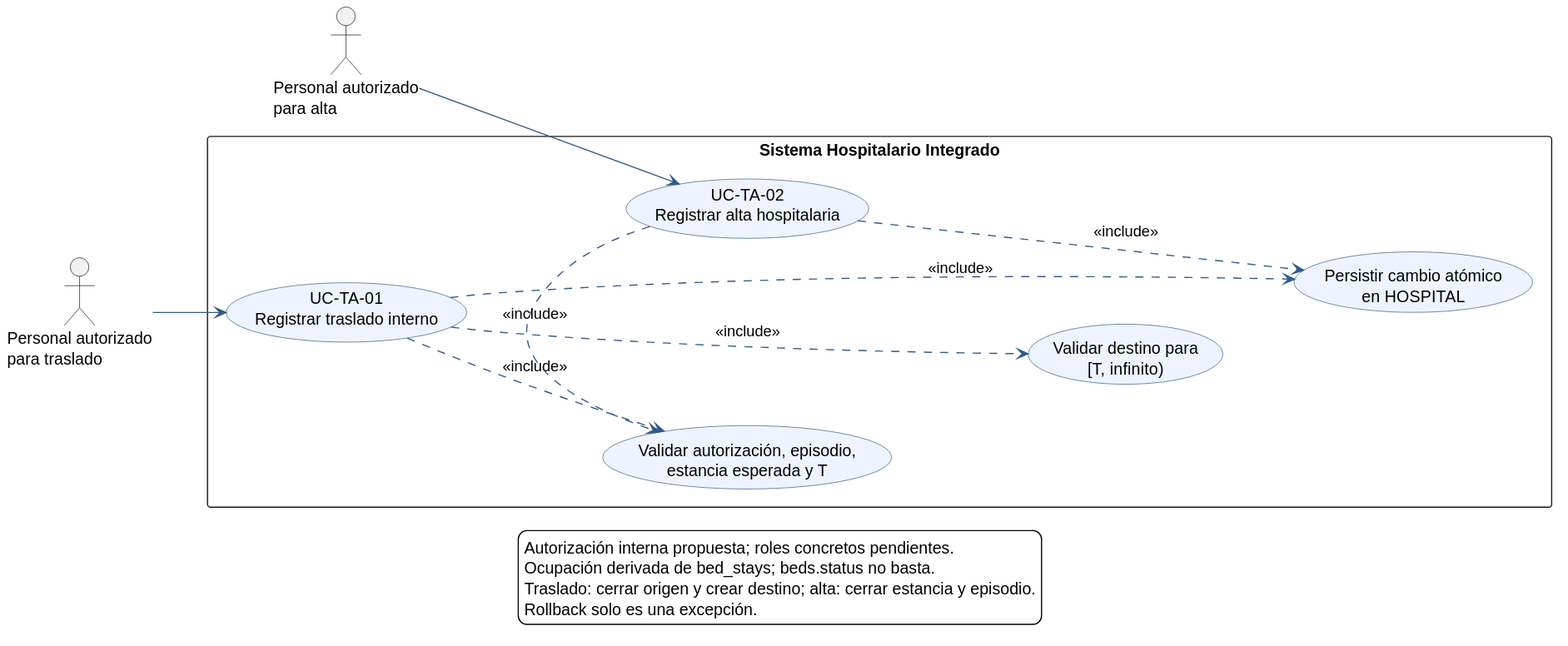
Earlier version of the PlantUML export docs/traslados-altas/semana-01/01-casos-de-uso.svg (AxelHerrera11/sistema-hospitalario-integrado). Source of this version:
```plantuml
@startuml
left to right direction
skinparam backgroundColor transparent
skinparam shadowing false
skinparam packageStyle rectangle
skinparam usecase {
  BackgroundColor #EEF4FF
  BorderColor #315B8A
  ArrowColor #315B8A
}

actor "Personal autorizado\npara traslado" as Traslado
actor "Personal autorizado\npara alta" as Alta

rectangle "Sistema Hospitalario Integrado" {
  usecase "UC-TA-01\nRegistrar traslado interno" as UC01
  usecase "UC-TA-02\nRegistrar alta hospitalaria" as UC02
  usecase "Validar autorización, episodio,\nestancia esperada y T" as Validar
  usecase "Validar destino para\n[T, infinito)" as Destino
  usecase "Persistir cambio atómico\nen HOSPITAL" as Atomico
  UC01 -[hidden]down- UC02
  Validar -[hidden]down- Destino
  Destino -[hidden]down- Atomico
}

Traslado --> UC01
Alta --> UC02
UC01 .right.> Validar : <<include>>
UC02 .right.> Validar : <<include>>
UC01 .right.> Destino : <<include>>
UC01 .right.> Atomico : <<include>>
UC02 .right.> Atomico : <<include>>

legend bottom
  Autorización interna propuesta; roles concretos pendientes.
  Ocupación derivada de bed_stays; beds.status no basta.
  Traslado: cerrar origen y crear destino; alta: cerrar estancia y episodio.
  Rollback solo es una excepción.
endlegend
@enduml
```
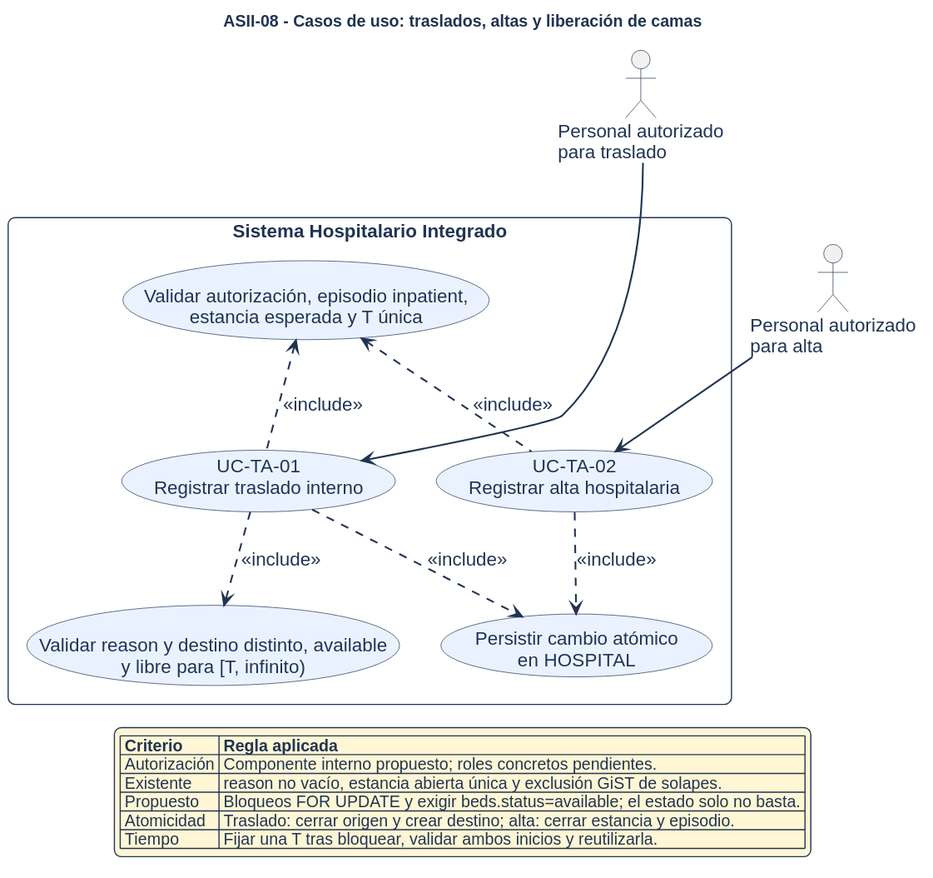
After the change.

Commit message:
docs(asii-08): finalizar diagramas y narrativa de semana 1

Change to the diagram source:
```diff
@@ -1,40 +1,66 @@
 @startuml
-left to right direction
-skinparam backgroundColor transparent
+title ASII-08 - Casos de uso: traslados, altas y liberación de camas
+top to bottom direction
+skinparam backgroundColor #FFFFFF
 skinparam shadowing false
 skinparam packageStyle rectangle
+skinparam roundcorner 12
+skinparam defaultFontName Arial
+skinparam defaultFontSize 16
+skinparam defaultFontColor #203453
+skinparam ArrowColor #203453
+skinparam ArrowThickness 1.5
+skinparam actor {
+  BorderColor #203453
+  FontColor #203453
+}
+skinparam rectangle {
+  BackgroundColor #FFFFFF
+  BorderColor #203453
+  FontColor #203453
+}
 skinparam usecase {
-  BackgroundColor #EEF4FF
-  BorderColor #315B8A
-  ArrowColor #315B8A
+  BackgroundColor #EAF2FF
+  BorderColor #203453
+  FontColor #203453
+}
+skinparam legend {
+  BackgroundColor #FFF6D5
+  BorderColor #203453
+  FontColor #203453
 }
 
 actor "Personal autorizado\npara traslado" as Traslado
 actor "Personal autorizado\npara alta" as Alta
+Traslado -[hidden]down- Alta
 
 rectangle "Sistema Hospitalario Integrado" {
   usecase "UC-TA-01\nRegistrar traslado interno" as UC01
   usecase "UC-TA-02\nRegistrar alta hospitalaria" as UC02
-  usecase "Validar autorización, episodio,\nestancia esperada y T" as Validar
-  usecase "Validar destino para\n[T, infinito)" as Destino
+  usecase "Validar autorización, episodio inpatient,\nestancia esperada y T única" as Validar
+  usecase "Validar reason y destino distinto, available\ny libre para [T, infinito)" as Destino
   usecase "Persistir cambio atómico\nen HOSPITAL" as Atomico
-  UC01 -[hidden]down- UC02
-  Validar -[hidden]down- Destino
-  Destino -[hidden]down- Atomico
+  Validar -[hidden]down- UC01
+  UC01 -[hidden]right- UC02
+  UC01 -[hidden]down- Destino
+  UC02 -[hidden]down- Atomico
+  Destino -[hidden]right- Atomico
 }
 
-Traslado --> UC01
-Alta --> UC02
-UC01 .right.> Validar : <<include>>
-UC02 .right.> Validar : <<include>>
-UC01 .right.> Destino : <<include>>
-UC01 .right.> Atomico : <<include>>
-UC02 .right.> Atomico : <<include>>
+Traslado -down-> UC01
+Alta -down-> UC02
+UC01 .up.> Validar : <<include>>
+UC02 .up.> Validar : <<include>>
+UC01 .down.> Destino : <<include>>
+UC01 .down.> Atomico : <<include>>
+UC02 .down.> Atomico : <<include>>
 
 legend bottom
-  Autorización interna propuesta; roles concretos pendientes.
-  Ocupación derivada de bed_stays; beds.status no basta.
-  Traslado: cerrar origen y crear destino; alta: cerrar estancia y episodio.
-  Rollback solo es una excepción.
+  |= Criterio |= Regla aplicada |
+  | Autorización | Componente interno propuesto; roles concretos pendientes. |
+  | Existente | reason no vacío, estancia abierta única y exclusión GiST de solapes. |
+  | Propuesto | Bloqueos FOR UPDATE y exigir beds.status=available; el estado solo no basta. |
+  | Atomicidad | Traslado: cerrar origen y crear destino; alta: cerrar estancia y episodio. |
+  | Tiempo | Fijar una T tras bloquear, validar ambos inicios y reutilizarla. |
 endlegend
 @enduml
```
